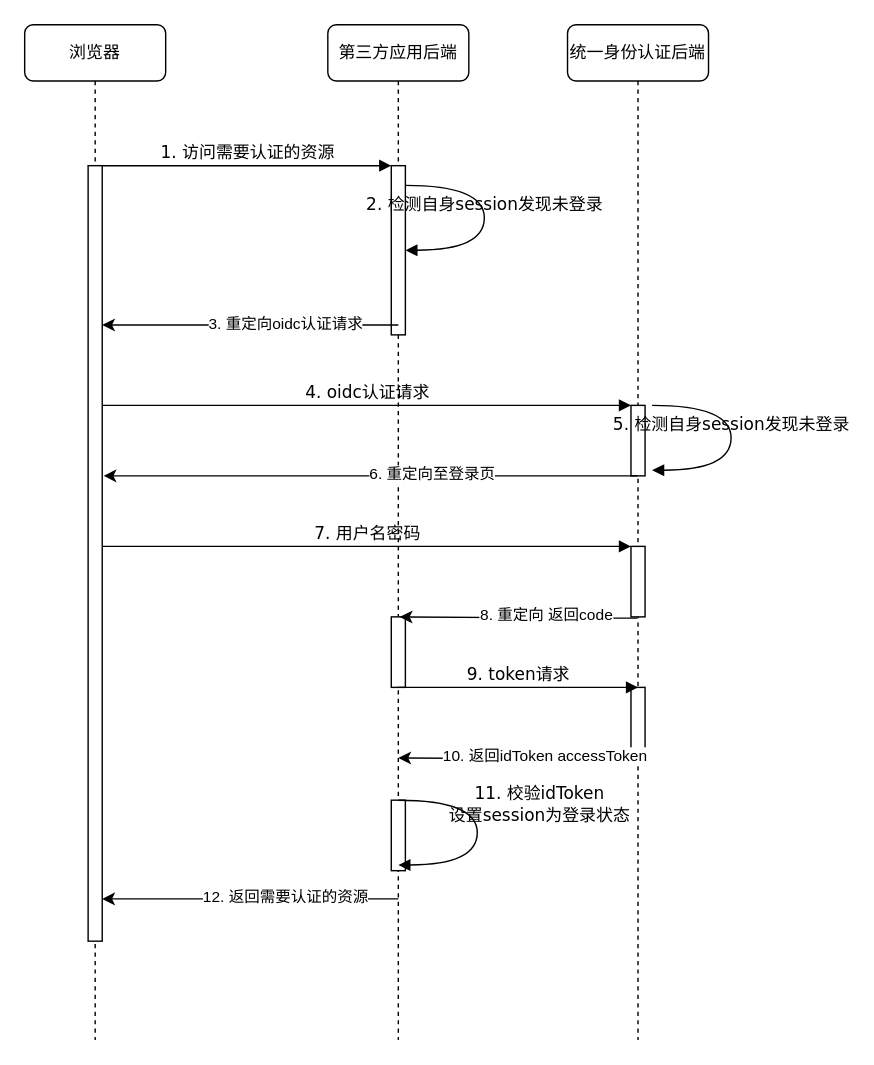
The draw.io diagram 文档/接入时序图.drawio in rebue/scx, before the edit. Source tidied: cells renumbered, new cells numbered last; positions are measured from the earlier drawing's top-left corner, leaving out a move shared by most shapes. Both pictures are drawn from the tidied source at 141%, with x=0, y=0 at pixel (24, 24).
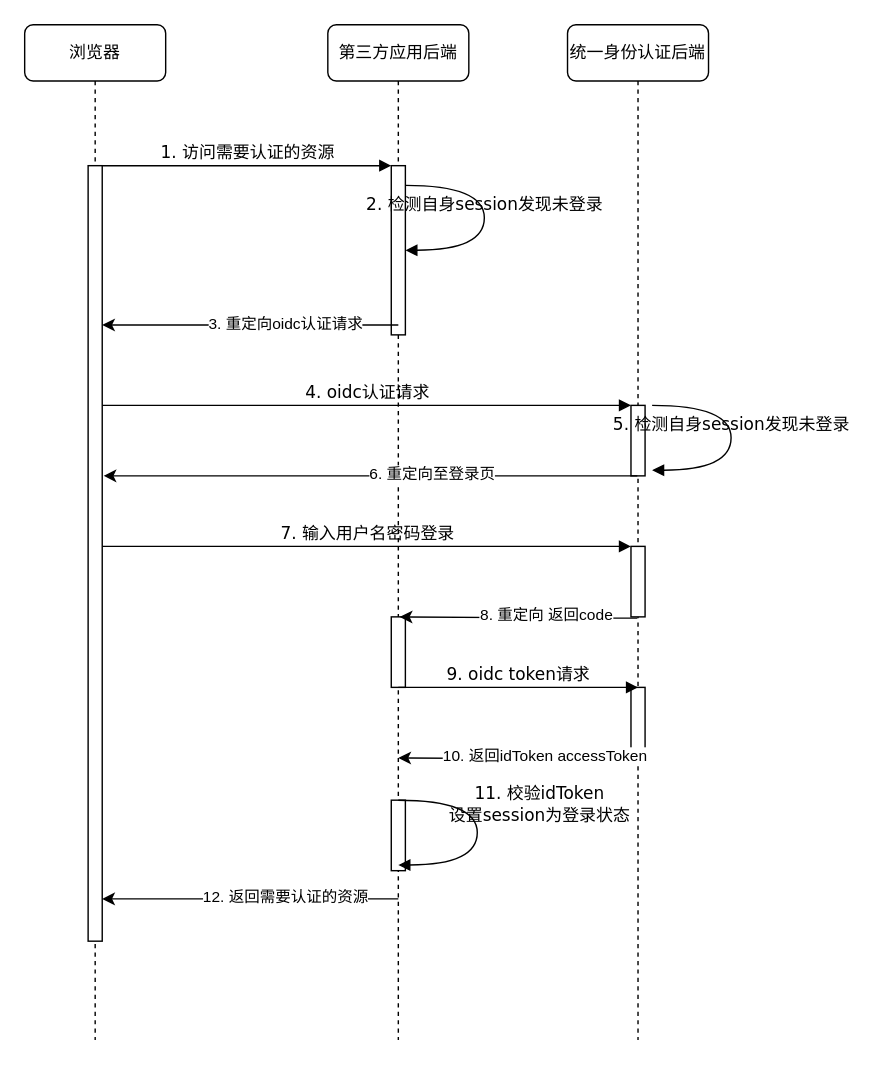
The same page after the edit.

What changed in the source:
```diff
@@
-    <mxCell id="19" value="7. 用户名密码" style="html=1;verticalAlign=bottom;endArrow=block;entryX=0;entryY=0;labelBackgroundColor=none;fontFamily=Verdana;fontSize=12;" parent="1" edge="1">
+    <mxCell id="19" value="7. 输入用户名密码登录" style="html=1;verticalAlign=bottom;endArrow=block;entryX=0;entryY=0;labelBackgroundColor=none;fontFamily=Verdana;fontSize=12;" parent="1" edge="1">
       <mxGeometry relative="1" as="geometry">
         <mxPoint x="55" y="370" as="sourcePoint" />
         <mxPoint x="430" y="370" as="targetPoint" />
         <Array as="points">
           <mxPoint x="95" y="370" />
         </Array>
       </mxGeometry>
     </mxCell>
@@
-    <mxCell id="22" value="9. token请求" style="html=1;verticalAlign=bottom;endArrow=block;labelBackgroundColor=none;fontFamily=Verdana;fontSize=12;edgeStyle=elbowEdgeStyle;elbow=vertical;" parent="1" edge="1">
+    <mxCell id="22" value="9. oidc token请求" style="html=1;verticalAlign=bottom;endArrow=block;labelBackgroundColor=none;fontFamily=Verdana;fontSize=12;edgeStyle=elbowEdgeStyle;elbow=vertical;" parent="1" edge="1">
       <mxGeometry relative="1" as="geometry">
         <mxPoint x="265" y="470" as="sourcePoint" />
         <mxPoint x="435" y="470" as="targetPoint" />
       </mxGeometry>
     </mxCell>
```
